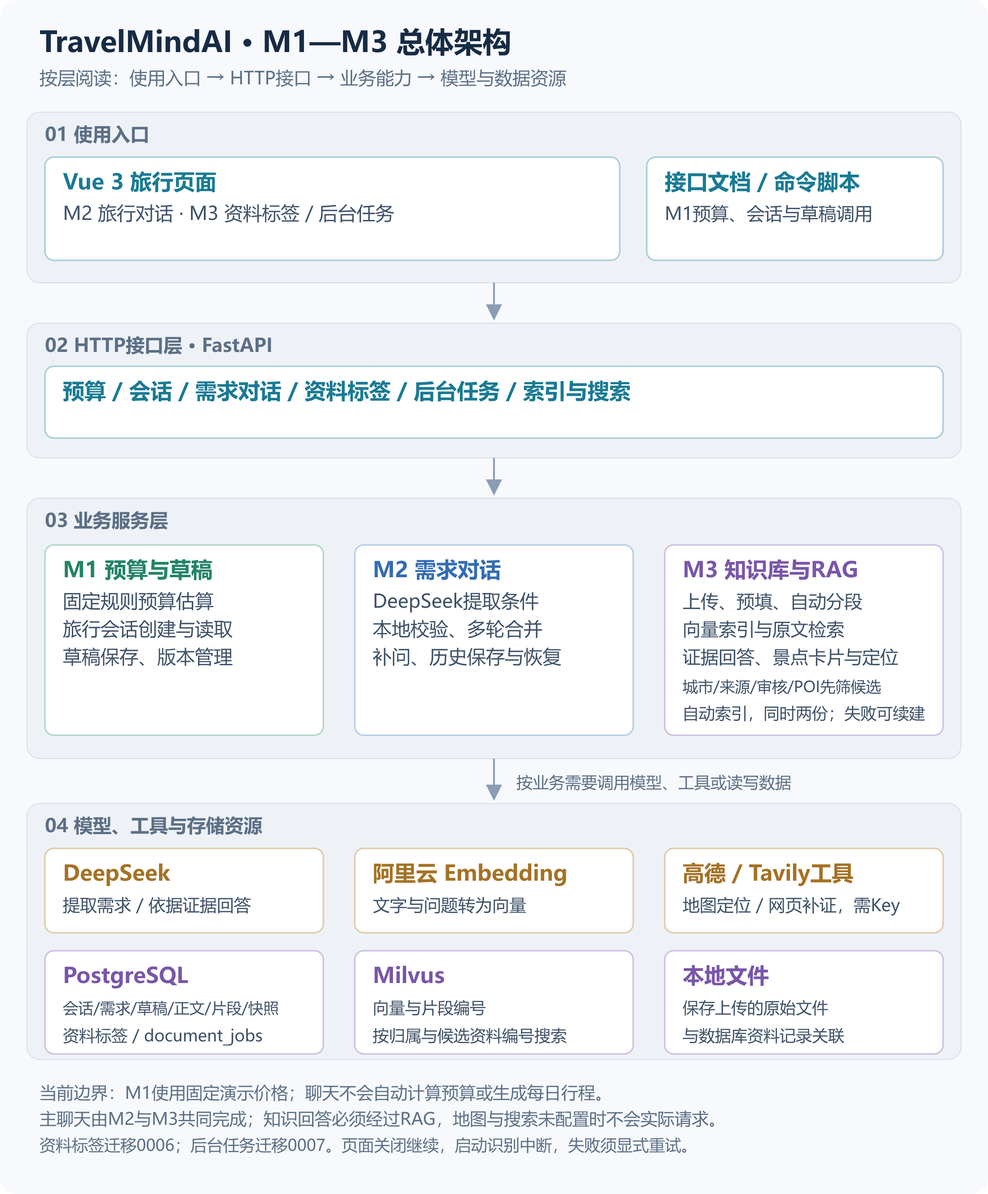
Charlie-acher/TravelMindAI keeps this Mermaid diagram as docs/diagram/travelmind-overview.png. Above is the earlier version. Its source is kept beside it as docs/diagram/travelmind-overview.mmd.
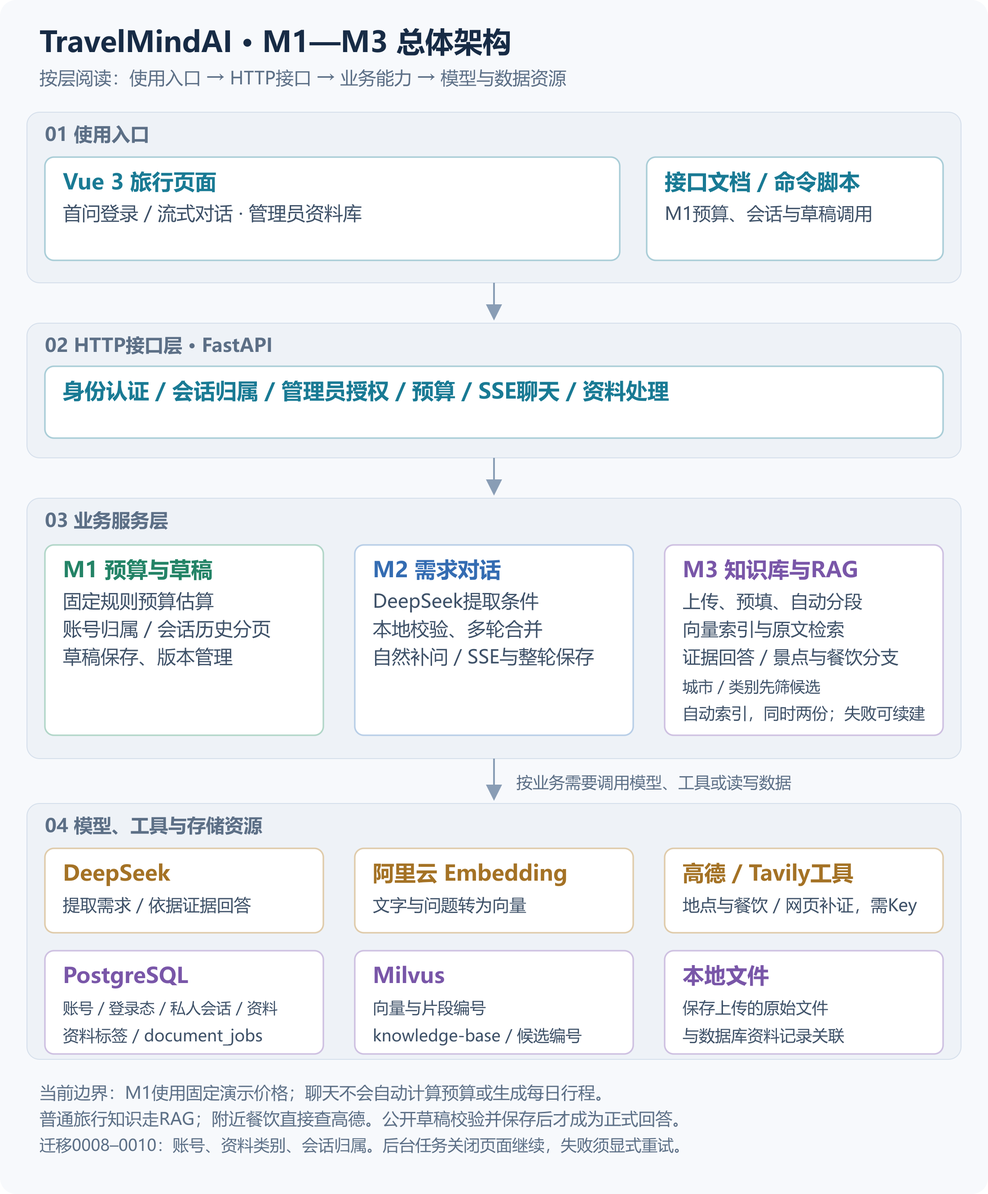
After the change.

What changed in the source:
```diff
@@ -1,22 +1,23 @@
 flowchart TB
     subgraph INPUT["使用入口"]
-        UI["Vue旅行页面：M2对话 / M3资料标签与后台任务"]
+        UI["Vue旅行页面：首问登录 / SSE对话 / 私人历史 / 管理员资料"]
         CLI["接口文档与脚本：M1预算 / 会话 / 草稿"]
     end
-    HTTP["FastAPI：预算、会话、需求对话、资料标签、后台任务、索引与搜索"]
+    HTTP["FastAPI：认证、会话归属、管理员校验、预算、JSON/SSE聊天、资料"]
     INPUT --> HTTP
     subgraph BUSINESS["业务服务层"]
         M1["M1：固定预算 / 会话 / 版本草稿"]
-        M2["M2：需求提取 / 校验合并 / 补问 / 历史"]
-        M3["M3：资料读写与标签预填 / 标签先筛候选 / 自动切片与索引（并发两份） / 原文检索 / RAG"]
+        M2["M2：需求提取 / 校验合并 / 自然补问 / SSE事件 / 整轮保存"]
+        M3["M3：资料读写与标签预填 / 标签先筛候选 / 自动切片与索引（并发两份） / 原文检索 / RAG；餐饮专门地图分支"]
     end
     HTTP --> BUSINESS
     subgraph RESOURCES["按业务需要调用或读写"]
         DS["DeepSeek：提取与证据回答"]
         EMB["阿里云Embedding：文字向量化"]
-        MAP["高德 / Tavily：地点与网页，需Key"]
-        PG["PostgreSQL：会话 / 需求 / 草稿 / 正文 / 片段 / 快照 / 资料标签0006 / document_jobs 0007"]
+        MAP["高德 / Tavily：地点、附近餐饮与网页，需Key"]
+        PG["PostgreSQL：会话 / 需求 / 草稿 / 正文 / 片段 / 快照 / users / auth_sessions / city与category / document_jobs"]
         MV["Milvus：按归属及候选资料编号搜索向量"]
         FILES["本地原文件"]
     end
     BUSINESS --> RESOURCES
+
```
